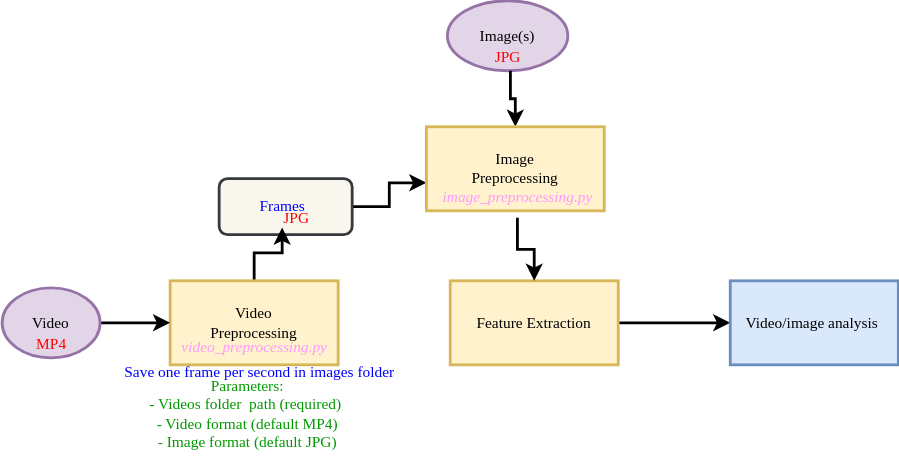
Above: System Pipeline.drawio.svg in simulamet-host/video_analytics (draw.io), before the change. Source tidied: cells renumbered, new cells last; positions are measured from the earlier drawing's top-left corner, leaving out a move shared by most shapes.
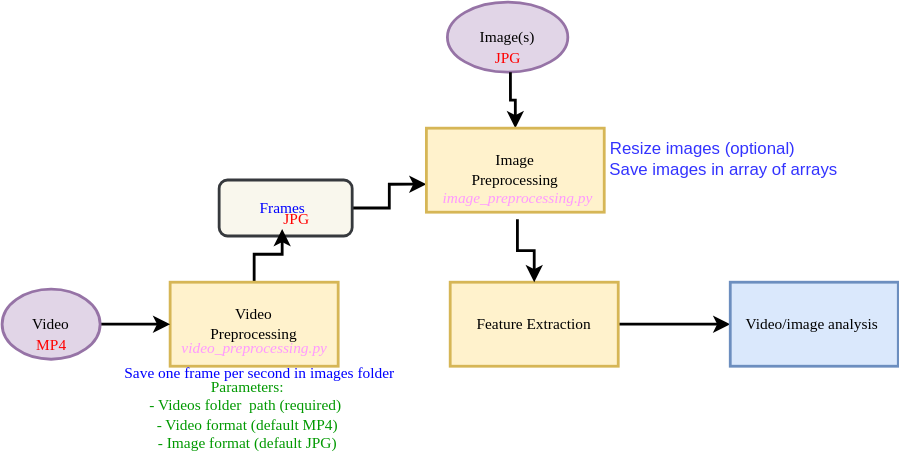
After the change.

Commit message:
update the overview diagram

The edit, as a diff of the source:
```diff
@@ -67,5 +67,11 @@
     <mxCell id="22" value="&lt;i style=&quot;font-size: 11px;&quot;&gt;&lt;font face=&quot;Georgia&quot; style=&quot;font-size: 11px;&quot;&gt;image_preprocessing.py&lt;/font&gt;&lt;/i&gt;" style="text;html=1;align=center;verticalAlign=middle;points=[];strokeColor=none;fillColor=none;fontSize=11;fontFamily=Comic Sans MS;fontColor=#FF99FF;strokeWidth=2;" parent="1" vertex="1">
       <mxGeometry x="293" y="125" width="150" height="30" as="geometry" />
     </mxCell>
+    <mxCell id="23" value="&lt;font color=&quot;#3333ff&quot;&gt;Resize images (optional)&lt;/font&gt;" style="text;html=1;align=center;verticalAlign=middle;strokeColor=none;fillColor=none;fontSize=12;" parent="1" vertex="1">
+      <mxGeometry x="420" y="90" width="160" height="30" as="geometry" />
+    </mxCell>
+    <mxCell id="24" value="&lt;font color=&quot;#3333ff&quot;&gt;Save images in array of arrays&lt;/font&gt;" style="text;html=1;align=center;verticalAlign=middle;strokeColor=none;fillColor=none;fontSize=12;" parent="1" vertex="1">
+      <mxGeometry x="420" y="105" width="190" height="30" as="geometry" />
+    </mxCell>
   </root>
 </mxGraphModel>
```
